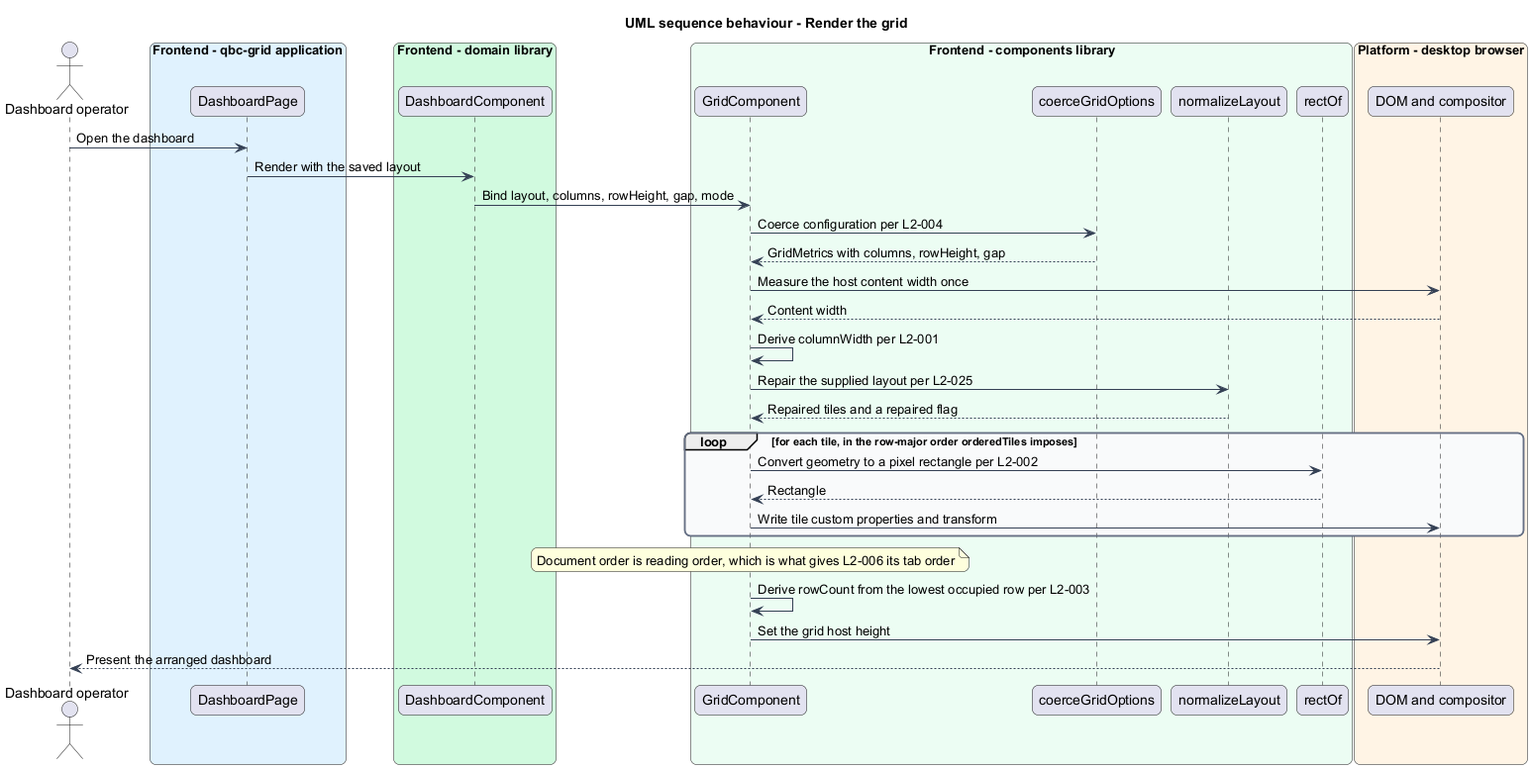
Above: docs/detailed-designs/grid-layout/render-grid/diagrams/sequence-render.png in QuinntyneBrown/qbc-grid (PlantUML), before the change.
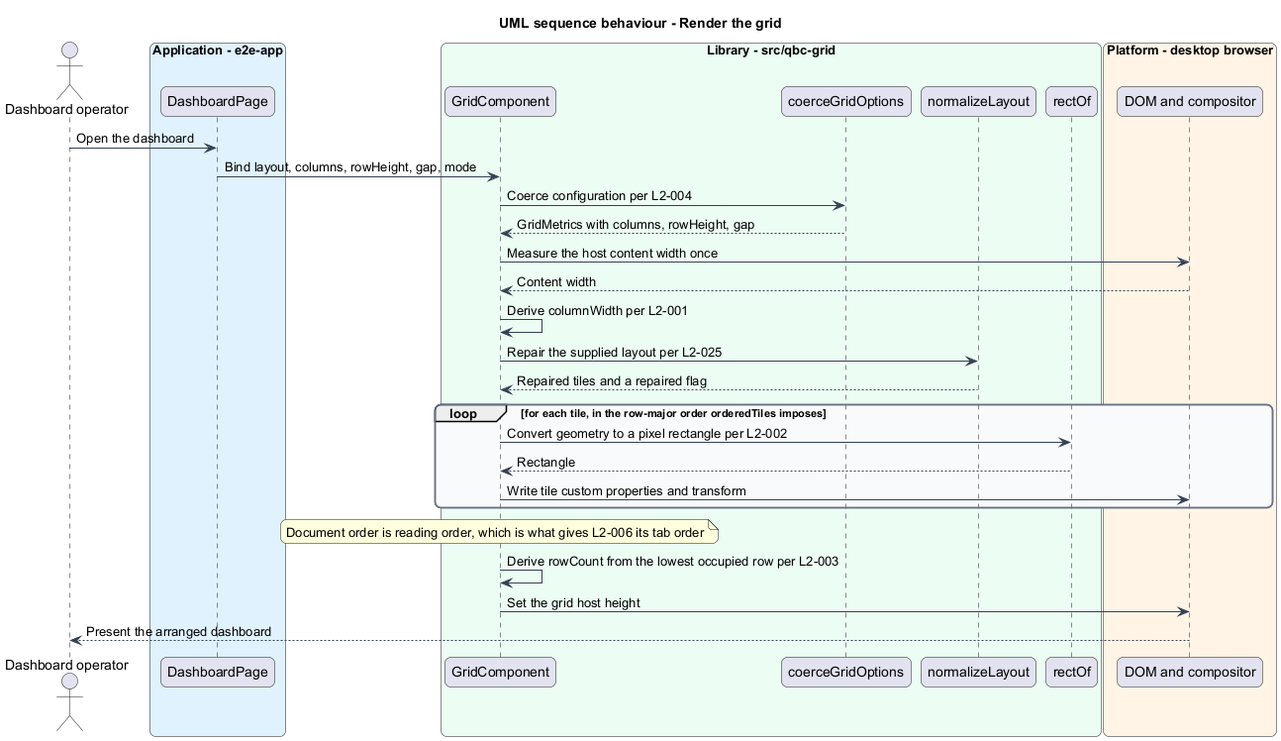
Later version of the same file.

What changed in the source:
```diff
@@ -15,13 +15,10 @@
   BackgroundColor #F9FAFB
 }
 actor "Dashboard operator" as actor
-box "Frontend - qbc-grid application" #E0F2FE
+box "Application - e2e-app" #E0F2FE
   participant "DashboardPage" as page
 end box
-box "Frontend - domain library" #D1FADF
-  participant "DashboardComponent" as dashboard
-end box
-box "Frontend - components library" #ECFDF3
+box "Library - src/qbc-grid" #ECFDF3
   participant "GridComponent" as grid
   participant "coerceGridOptions" as coerce
   participant "normalizeLayout" as normalize
@@ -32,8 +29,7 @@
 end box
 
 actor -> page : Open the dashboard
-page -> dashboard : Render with the saved layout
-dashboard -> grid : Bind layout, columns, rowHeight, gap, mode
+page -> grid : Bind layout, columns, rowHeight, gap, mode
 grid -> coerce : Coerce configuration per L2-004
 coerce --> grid : GridMetrics with columns, rowHeight, gap
 grid -> dom : Measure the host content width once
```
